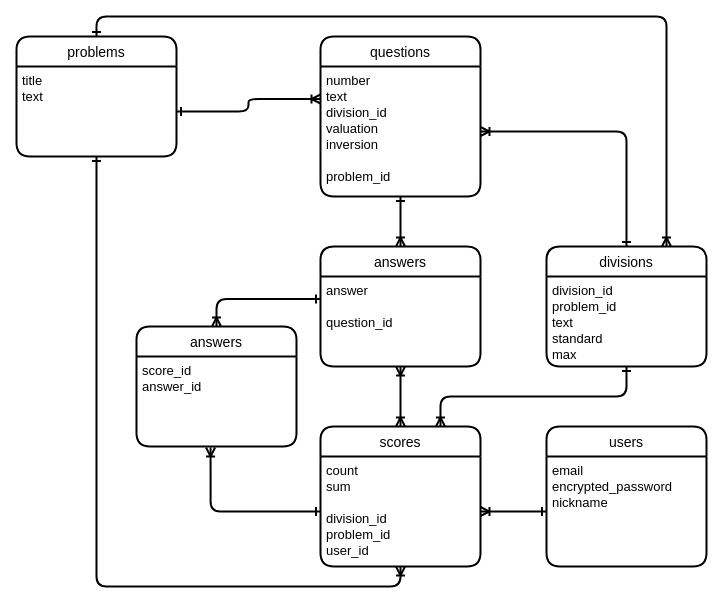
ikeharanaoya/psychological_test_app keeps this draw.io diagram as ER図.dio. Above is the earlier version. Source tidied: cells renumbered, new cells numbered last; positions are measured from the earlier drawing's top-left corner, leaving out a move shared by most shapes. Both pictures are drawn from the tidied source at 100%, with x=0, y=0 at pixel (16, 36).
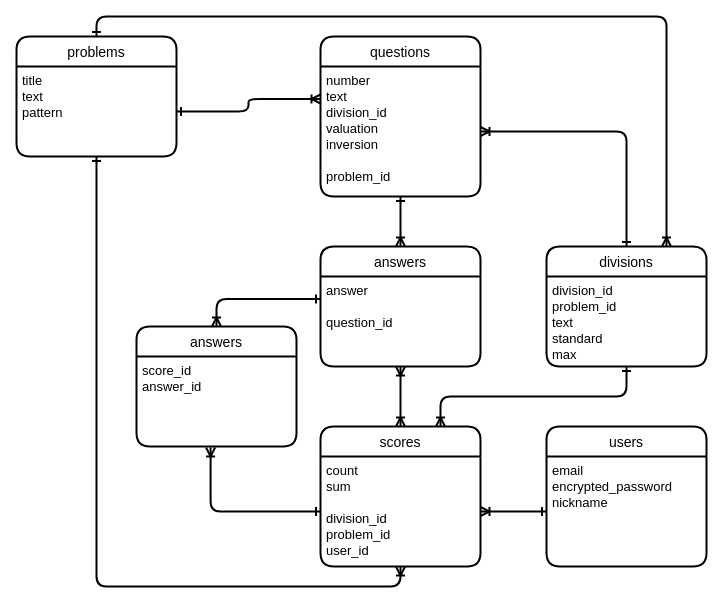
Above is the later version.

Commit message (it also covers changes not shown here):
新規項目の追加

The change refers to these unchanged cells:
```xml
<mxCell id="21" value="problems" style="swimlane;horizontal=1;startSize=30;rounded=1;fontSize=14;fontStyle=0;strokeWidth=2;shadow=0;dashed=0;align=center;" parent="1" vertex="1">
  <mxGeometry width="160" height="120" as="geometry" />
</mxCell>
```

Change to the diagram source:
```diff
@@
-    <mxCell id="22" value="title &#10;text" style="align=left;strokeColor=none;fillColor=none;spacingLeft=4;fontSize=13;verticalAlign=top;" parent="21" vertex="1">
+    <mxCell id="22" value="title &#10;text&#10;pattern" style="align=left;strokeColor=none;fillColor=none;spacingLeft=4;fontSize=13;verticalAlign=top;" parent="21" vertex="1">
       <mxGeometry y="30" width="160" height="90" as="geometry" />
     </mxCell>
```
